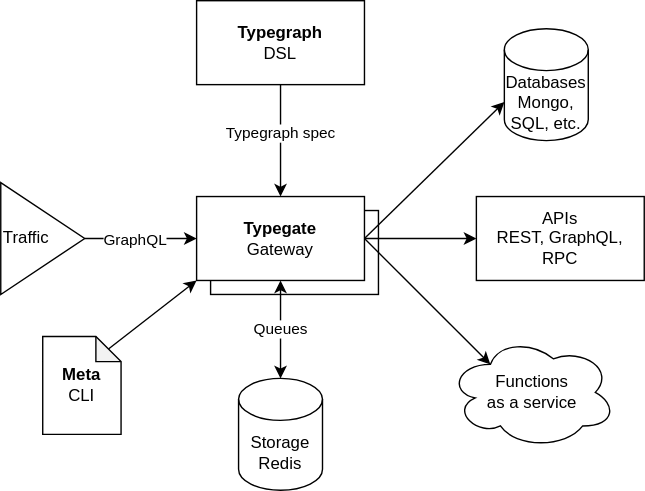
Before: website/docs/concepts/overview/image.drawio.svg, a diagram exported from draw.io (metatypedev/metatype). Source tidied: cells renumbered, new cells last; positions are measured from the earlier drawing's top-left corner, leaving out a move shared by most shapes.
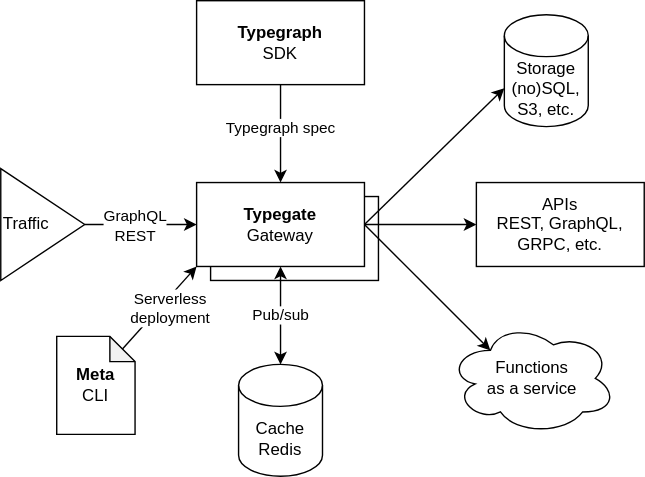
After the change.

The edit, as a diff of the source:
```diff
@@ -5,16 +5,16 @@
     <mxCell id="2" value="Typegraph spec" style="edgeStyle=none;html=1;exitX=0.5;exitY=1;exitDx=0;exitDy=0;entryX=0.5;entryY=0;entryDx=0;entryDy=0;" parent="1" edge="1" source="3" target="10">
       <mxGeometry x="-0.12" relative="1" as="geometry" />
     </mxCell>
-    <mxCell id="3" value="&lt;b&gt;Typegraph&lt;/b&gt;&lt;br&gt;DSL" style="rounded=0;whiteSpace=wrap;html=1;" parent="1" vertex="1">
-      <mxGeometry x="140" width="120" height="60" as="geometry" />
+    <mxCell id="3" value="&lt;b&gt;Typegraph&lt;/b&gt;&lt;br&gt;SDK" style="rounded=0;whiteSpace=wrap;html=1;" parent="1" vertex="1">
+      <mxGeometry x="140" y="10" width="120" height="60" as="geometry" />
     </mxCell>
     <mxCell id="4" value="Typegate&lt;br&gt;Proxy" style="rounded=0;whiteSpace=wrap;html=1;" parent="1" vertex="1">
       <mxGeometry x="150" y="150" width="120" height="60" as="geometry" />
     </mxCell>
-    <mxCell id="5" value="Storage&lt;br&gt;Redis" style="shape=cylinder3;whiteSpace=wrap;html=1;boundedLbl=1;backgroundOutline=1;size=15;" parent="1" vertex="1">
+    <mxCell id="5" value="Cache&lt;br&gt;Redis" style="shape=cylinder3;whiteSpace=wrap;html=1;boundedLbl=1;backgroundOutline=1;size=15;" parent="1" vertex="1">
       <mxGeometry x="170" y="270" width="60" height="80" as="geometry" />
     </mxCell>
-    <mxCell id="6" value="Queues" style="edgeStyle=none;html=1;exitX=0.5;exitY=1;exitDx=0;exitDy=0;entryX=0.5;entryY=0;entryDx=0;entryDy=0;entryPerimeter=0;startArrow=classic;startFill=1;" parent="1" edge="1" source="10" target="5">
+    <mxCell id="6" value="Pub/sub" style="edgeStyle=none;html=1;exitX=0.5;exitY=1;exitDx=0;exitDy=0;entryX=0.5;entryY=0;entryDx=0;entryDy=0;entryPerimeter=0;startArrow=classic;startFill=1;" parent="1" edge="1" source="10" target="5">
       <mxGeometry relative="1" as="geometry" />
     </mxCell>
     <mxCell id="7" style="edgeStyle=none;html=1;exitX=1;exitY=0.5;exitDx=0;exitDy=0;entryX=0.25;entryY=0.25;entryDx=0;entryDy=0;entryPerimeter=0;startArrow=none;startFill=0;" parent="1" edge="1" source="10" target="16">
@@ -32,18 +32,18 @@
     <mxCell id="11" style="edgeStyle=none;html=1;exitX=1;exitY=0.5;exitDx=0;exitDy=0;entryX=0;entryY=0.5;entryDx=0;entryDy=0;startArrow=none;startFill=0;" parent="1" edge="1" source="13" target="10">
       <mxGeometry relative="1" as="geometry" />
     </mxCell>
-    <mxCell id="12" value="GraphQL" style="edgeLabel;html=1;align=center;verticalAlign=middle;" parent="11" vertex="1">
+    <mxCell id="12" value="GraphQL&lt;br&gt;REST" style="edgeLabel;html=1;align=center;verticalAlign=middle;" parent="11" vertex="1">
       <mxGeometry x="0.03" y="2" relative="1" as="geometry">
         <mxPoint x="-6" y="2" as="offset" />
       </mxGeometry>
     </mxCell>
-    <mxCell id="13" value="Traffic" style="triangle;whiteSpace=wrap;html=1;align=left;" parent="1" vertex="1">
+    <mxCell id="13" value="&amp;nbsp;Traffic" style="triangle;whiteSpace=wrap;html=1;align=left;" parent="1" vertex="1">
       <mxGeometry y="130" width="60" height="80" as="geometry" />
     </mxCell>
-    <mxCell id="14" value="Databases&lt;br&gt;Mongo, SQL,&amp;nbsp;etc." style="shape=cylinder3;whiteSpace=wrap;html=1;boundedLbl=1;backgroundOutline=1;size=15;" parent="1" vertex="1">
+    <mxCell id="14" value="Storage&lt;br&gt;(no)SQL,&lt;br&gt;S3, etc." style="shape=cylinder3;whiteSpace=wrap;html=1;boundedLbl=1;backgroundOutline=1;size=15;" parent="1" vertex="1">
       <mxGeometry x="360" y="20" width="60" height="80" as="geometry" />
     </mxCell>
-    <mxCell id="15" value="APIs&lt;br&gt;REST, GraphQL, RPC" style="rounded=0;whiteSpace=wrap;html=1;" parent="1" vertex="1">
+    <mxCell id="15" value="APIs&lt;br&gt;REST, GraphQL, GRPC, etc." style="rounded=0;whiteSpace=wrap;html=1;" parent="1" vertex="1">
       <mxGeometry x="340" y="140" width="120" height="60" as="geometry" />
     </mxCell>
     <mxCell id="16" value="Functions&lt;br&gt;as a service" style="ellipse;shape=cloud;whiteSpace=wrap;html=1;" parent="1" vertex="1">
@@ -52,8 +52,13 @@
     <mxCell id="17" style="edgeStyle=none;html=1;exitX=0;exitY=0;exitDx=47;exitDy=9;exitPerimeter=0;entryX=0;entryY=1;entryDx=0;entryDy=0;" parent="1" edge="1" source="18" target="10">
       <mxGeometry relative="1" as="geometry" />
     </mxCell>
+    <mxCell id="19" value="Serverless&lt;br&gt;deployment" style="edgeLabel;html=1;align=center;verticalAlign=middle;" parent="17" vertex="1">
+      <mxGeometry x="-0.01" relative="1" as="geometry">
+        <mxPoint x="7" as="offset" />
+      </mxGeometry>
+    </mxCell>
     <mxCell id="18" value="&lt;b&gt;Meta&lt;/b&gt;&lt;br&gt;CLI" style="shape=note;whiteSpace=wrap;html=1;backgroundOutline=1;darkOpacity=0.05;size=18;" parent="1" vertex="1">
-      <mxGeometry x="30" y="240" width="56" height="70" as="geometry" />
+      <mxGeometry x="40" y="250" width="56" height="70" as="geometry" />
     </mxCell>
   </root>
 </mxGraphModel>
```
